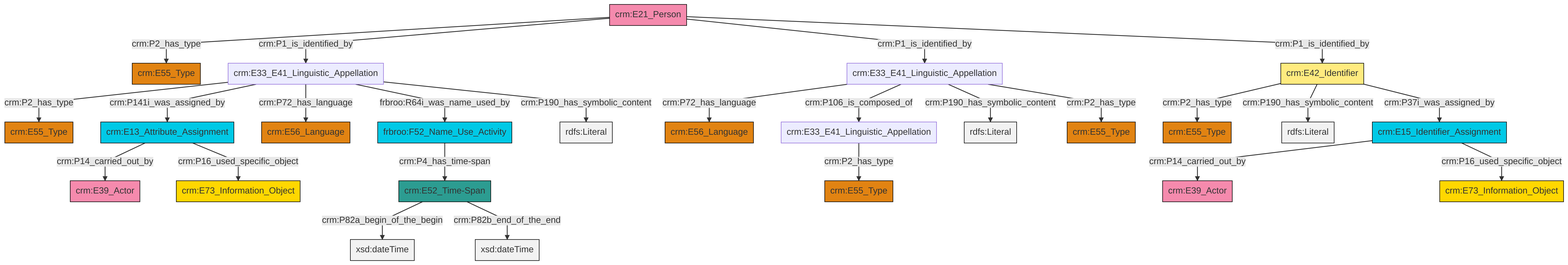
The Mermaid diagram et/personCSV/ttl/mmd/png/Person_Names_and_Classification.png in swiss-art-research-net/docs.swissartresearch, before a commit. Its source is kept beside it as et/personCSV/ttl/mmd/Person_Names_and_Classification.ttl.mmd. Source of this version:
```mermaid
graph TD
classDef Literal fill:#f2f2f2,stroke:#000000;
classDef CRM_Entity fill:#FFFFFF,stroke:#000000;
classDef Temporal_Entity fill:#00C9E6, stroke:#000000;
classDef Type fill:#E18312, stroke:#000000;
classDef Time-Span fill:#2C9C91, stroke:#000000;
classDef Appellation fill:#FFEB7F, stroke:#000000;
classDef Place fill:#008836, stroke:#000000;
classDef Persistent_Item fill:#B266B2, stroke:#000000;
classDef Conceptual_Object fill:#FFD700, stroke:#000000;
classDef Physical_Thing fill:#D2B48C, stroke:#000000;
classDef Actor fill:#f58aad, stroke:#000000;
classDef PC_Classes fill:#4ce600, stroke:#000000;
classDef Multi fill:#cccccc,stroke:#000000;

0["crm:E33_E41_Linguistic_Appellation"]:::Default -->|crm:P2_has_type| 1["crm:E55_Type"]:::Type
2["frbroo:F52_Name_Use_Activity"]:::Temporal_Entity -->|crm:P4_has_time-span| 3["crm:E52_Time-Span"]:::Time-Span
5["crm:E42_Identifier"]:::Appellation -->|crm:P2_has_type| 6["crm:E55_Type"]:::Type
0["crm:E33_E41_Linguistic_Appellation"]:::Default -->|crm:P141i_was_assigned_by| 7["crm:E13_Attribute_Assignment"]:::Temporal_Entity
5["crm:E42_Identifier"]:::Appellation -->|crm:P190_has_symbolic_content| 12[rdfs:Literal]:::Literal
13["crm:E33_E41_Linguistic_Appellation"]:::Default -->|crm:P72_has_language| 10["crm:E56_Language"]:::Type
14["crm:E21_Person"]:::Actor -->|crm:P2_has_type| 15["crm:E55_Type"]:::Type
13["crm:E33_E41_Linguistic_Appellation"]:::Default -->|crm:P106_is_composed_of| 19["crm:E33_E41_Linguistic_Appellation"]:::Default
14["crm:E21_Person"]:::Actor -->|crm:P1_is_identified_by| 0["crm:E33_E41_Linguistic_Appellation"]:::Default
7["crm:E13_Attribute_Assignment"]:::Temporal_Entity -->|crm:P14_carried_out_by| 23["crm:E39_Actor"]:::Actor
19["crm:E33_E41_Linguistic_Appellation"]:::Default -->|crm:P2_has_type| 24["crm:E55_Type"]:::Type
3["crm:E52_Time-Span"]:::Time-Span -->|crm:P82a_begin_of_the_begin| 26[xsd:dateTime]:::Literal
3["crm:E52_Time-Span"]:::Time-Span -->|crm:P82b_end_of_the_end| 27[xsd:dateTime]:::Literal
13["crm:E33_E41_Linguistic_Appellation"]:::Default -->|crm:P190_has_symbolic_content| 28[rdfs:Literal]:::Literal
13["crm:E33_E41_Linguistic_Appellation"]:::Default -->|crm:P2_has_type| 21["crm:E55_Type"]:::Type
30["crm:E15_Identifier_Assignment"]:::Temporal_Entity -->|crm:P14_carried_out_by| 16["crm:E39_Actor"]:::Actor
14["crm:E21_Person"]:::Actor -->|crm:P1_is_identified_by| 13["crm:E33_E41_Linguistic_Appellation"]:::Default
14["crm:E21_Person"]:::Actor -->|crm:P1_is_identified_by| 5["crm:E42_Identifier"]:::Appellation
7["crm:E13_Attribute_Assignment"]:::Temporal_Entity -->|crm:P16_used_specific_object| 36["crm:E73_Information_Object"]:::Conceptual_Object
5["crm:E42_Identifier"]:::Appellation -->|crm:P37i_was_assigned_by| 30["crm:E15_Identifier_Assignment"]:::Temporal_Entity
0["crm:E33_E41_Linguistic_Appellation"]:::Default -->|crm:P72_has_language| 37["crm:E56_Language"]:::Type
0["crm:E33_E41_Linguistic_Appellation"]:::Default -->|frbroo:R64i_was_name_used_by| 2["frbroo:F52_Name_Use_Activity"]:::Temporal_Entity
0["crm:E33_E41_Linguistic_Appellation"]:::Default -->|crm:P190_has_symbolic_content| 43[rdfs:Literal]:::Literal
30["crm:E15_Identifier_Assignment"]:::Temporal_Entity -->|crm:P16_used_specific_object| 44["crm:E73_Information_Object"]:::Conceptual_Object
```
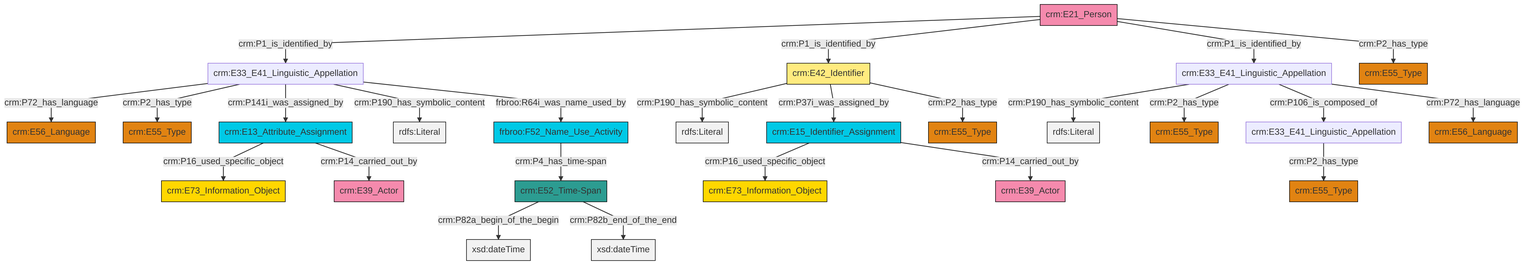
After the commit.

Diff of the diagram source:
```diff
@@ -13,27 +13,27 @@
 classDef PC_Classes fill:#4ce600, stroke:#000000;
 classDef Multi fill:#cccccc,stroke:#000000;
 
-0["crm:E33_E41_Linguistic_Appellation"]:::Default -->|crm:P2_has_type| 1["crm:E55_Type"]:::Type
-2["frbroo:F52_Name_Use_Activity"]:::Temporal_Entity -->|crm:P4_has_time-span| 3["crm:E52_Time-Span"]:::Time-Span
-5["crm:E42_Identifier"]:::Appellation -->|crm:P2_has_type| 6["crm:E55_Type"]:::Type
-0["crm:E33_E41_Linguistic_Appellation"]:::Default -->|crm:P141i_was_assigned_by| 7["crm:E13_Attribute_Assignment"]:::Temporal_Entity
-5["crm:E42_Identifier"]:::Appellation -->|crm:P190_has_symbolic_content| 12[rdfs:Literal]:::Literal
-13["crm:E33_E41_Linguistic_Appellation"]:::Default -->|crm:P72_has_language| 10["crm:E56_Language"]:::Type
-14["crm:E21_Person"]:::Actor -->|crm:P2_has_type| 15["crm:E55_Type"]:::Type
-13["crm:E33_E41_Linguistic_Appellation"]:::Default -->|crm:P106_is_composed_of| 19["crm:E33_E41_Linguistic_Appellation"]:::Default
-14["crm:E21_Person"]:::Actor -->|crm:P1_is_identified_by| 0["crm:E33_E41_Linguistic_Appellation"]:::Default
-7["crm:E13_Attribute_Assignment"]:::Temporal_Entity -->|crm:P14_carried_out_by| 23["crm:E39_Actor"]:::Actor
-19["crm:E33_E41_Linguistic_Appellation"]:::Default -->|crm:P2_has_type| 24["crm:E55_Type"]:::Type
-3["crm:E52_Time-Span"]:::Time-Span -->|crm:P82a_begin_of_the_begin| 26[xsd:dateTime]:::Literal
-3["crm:E52_Time-Span"]:::Time-Span -->|crm:P82b_end_of_the_end| 27[xsd:dateTime]:::Literal
-13["crm:E33_E41_Linguistic_Appellation"]:::Default -->|crm:P190_has_symbolic_content| 28[rdfs:Literal]:::Literal
-13["crm:E33_E41_Linguistic_Appellation"]:::Default -->|crm:P2_has_type| 21["crm:E55_Type"]:::Type
-30["crm:E15_Identifier_Assignment"]:::Temporal_Entity -->|crm:P14_carried_out_by| 16["crm:E39_Actor"]:::Actor
-14["crm:E21_Person"]:::Actor -->|crm:P1_is_identified_by| 13["crm:E33_E41_Linguistic_Appellation"]:::Default
-14["crm:E21_Person"]:::Actor -->|crm:P1_is_identified_by| 5["crm:E42_Identifier"]:::Appellation
-7["crm:E13_Attribute_Assignment"]:::Temporal_Entity -->|crm:P16_used_specific_object| 36["crm:E73_Information_Object"]:::Conceptual_Object
-5["crm:E42_Identifier"]:::Appellation -->|crm:P37i_was_assigned_by| 30["crm:E15_Identifier_Assignment"]:::Temporal_Entity
-0["crm:E33_E41_Linguistic_Appellation"]:::Default -->|crm:P72_has_language| 37["crm:E56_Language"]:::Type
-0["crm:E33_E41_Linguistic_Appellation"]:::Default -->|frbroo:R64i_was_name_used_by| 2["frbroo:F52_Name_Use_Activity"]:::Temporal_Entity
-0["crm:E33_E41_Linguistic_Appellation"]:::Default -->|crm:P190_has_symbolic_content| 43[rdfs:Literal]:::Literal
-30["crm:E15_Identifier_Assignment"]:::Temporal_Entity -->|crm:P16_used_specific_object| 44["crm:E73_Information_Object"]:::Conceptual_Object
+0["crm:E21_Person"]:::Actor -->|crm:P1_is_identified_by| 1["crm:E33_E41_Linguistic_Appellation"]:::Default
+1["crm:E33_E41_Linguistic_Appellation"]:::Default -->|crm:P72_has_language| 2["crm:E56_Language"]:::Type
+5["crm:E13_Attribute_Assignment"]:::Temporal_Entity -->|crm:P16_used_specific_object| 6["crm:E73_Information_Object"]:::Conceptual_Object
+5["crm:E13_Attribute_Assignment"]:::Temporal_Entity -->|crm:P14_carried_out_by| 13["crm:E39_Actor"]:::Actor
+14["crm:E15_Identifier_Assignment"]:::Temporal_Entity -->|crm:P16_used_specific_object| 15["crm:E73_Information_Object"]:::Conceptual_Object
+16["crm:E33_E41_Linguistic_Appellation"]:::Default -->|crm:P190_has_symbolic_content| 17[rdfs:Literal]:::Literal
+18["crm:E33_E41_Linguistic_Appellation"]:::Default -->|crm:P2_has_type| 19["crm:E55_Type"]:::Type
+16["crm:E33_E41_Linguistic_Appellation"]:::Default -->|crm:P2_has_type| 10["crm:E55_Type"]:::Type
+14["crm:E15_Identifier_Assignment"]:::Temporal_Entity -->|crm:P14_carried_out_by| 20["crm:E39_Actor"]:::Actor
+1["crm:E33_E41_Linguistic_Appellation"]:::Default -->|crm:P2_has_type| 28["crm:E55_Type"]:::Type
+26["frbroo:F52_Name_Use_Activity"]:::Temporal_Entity -->|crm:P4_has_time-span| 29["crm:E52_Time-Span"]:::Time-Span
+1["crm:E33_E41_Linguistic_Appellation"]:::Default -->|crm:P141i_was_assigned_by| 5["crm:E13_Attribute_Assignment"]:::Temporal_Entity
+29["crm:E52_Time-Span"]:::Time-Span -->|crm:P82a_begin_of_the_begin| 30[xsd:dateTime]:::Literal
+1["crm:E33_E41_Linguistic_Appellation"]:::Default -->|crm:P190_has_symbolic_content| 31[rdfs:Literal]:::Literal
+16["crm:E33_E41_Linguistic_Appellation"]:::Default -->|crm:P106_is_composed_of| 18["crm:E33_E41_Linguistic_Appellation"]:::Default
+8["crm:E42_Identifier"]:::Appellation -->|crm:P190_has_symbolic_content| 33[rdfs:Literal]:::Literal
+1["crm:E33_E41_Linguistic_Appellation"]:::Default -->|frbroo:R64i_was_name_used_by| 26["frbroo:F52_Name_Use_Activity"]:::Temporal_Entity
+29["crm:E52_Time-Span"]:::Time-Span -->|crm:P82b_end_of_the_end| 34[xsd:dateTime]:::Literal
+0["crm:E21_Person"]:::Actor -->|crm:P1_is_identified_by| 8["crm:E42_Identifier"]:::Appellation
+8["crm:E42_Identifier"]:::Appellation -->|crm:P37i_was_assigned_by| 14["crm:E15_Identifier_Assignment"]:::Temporal_Entity
+8["crm:E42_Identifier"]:::Appellation -->|crm:P2_has_type| 23["crm:E55_Type"]:::Type
+16["crm:E33_E41_Linguistic_Appellation"]:::Default -->|crm:P72_has_language| 37["crm:E56_Language"]:::Type
+0["crm:E21_Person"]:::Actor -->|crm:P1_is_identified_by| 16["crm:E33_E41_Linguistic_Appellation"]:::Default
+0["crm:E21_Person"]:::Actor -->|crm:P2_has_type| 3["crm:E55_Type"]:::Type
```
